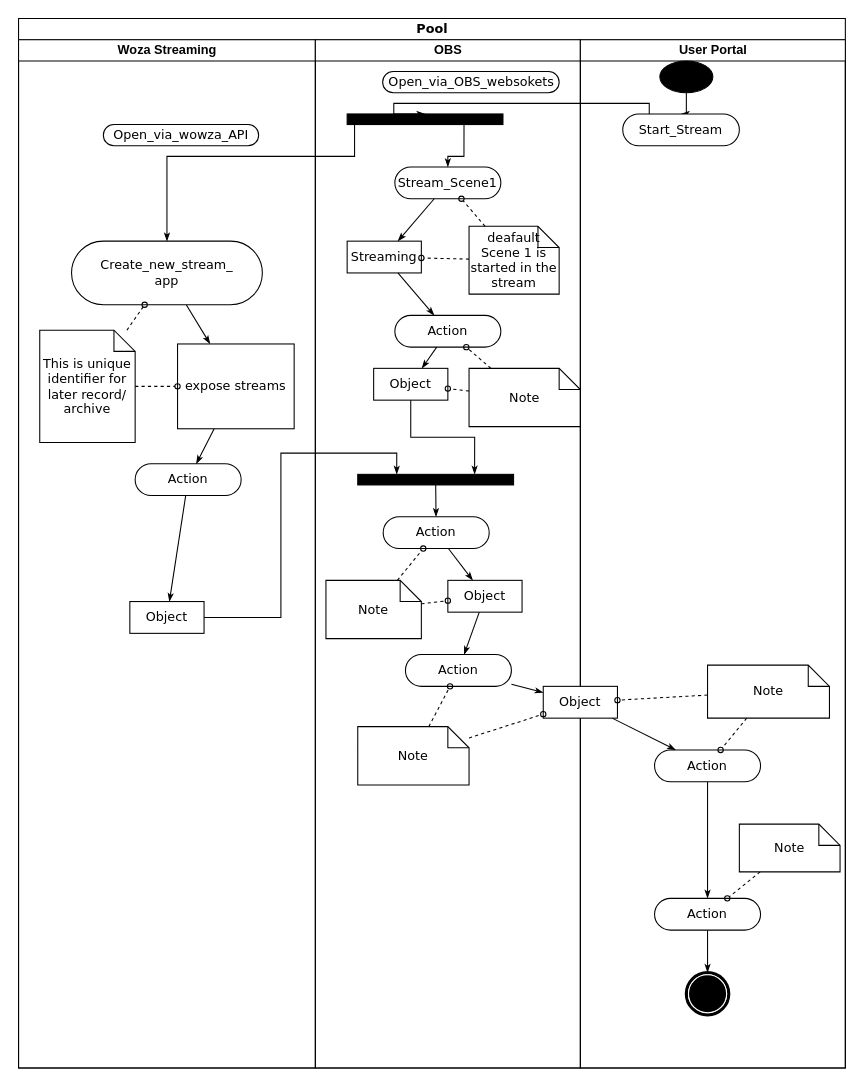
Above: Diagramă fără titlu.drawio in bugaian/draw (draw.io), before the change. Source tidied: cells renumbered, new cells numbered last; positions are measured from the earlier drawing's top-left corner, leaving out a move shared by most shapes. Both pictures are drawn from the tidied source at 106%, with x=0, y=0 at pixel (18, 18).
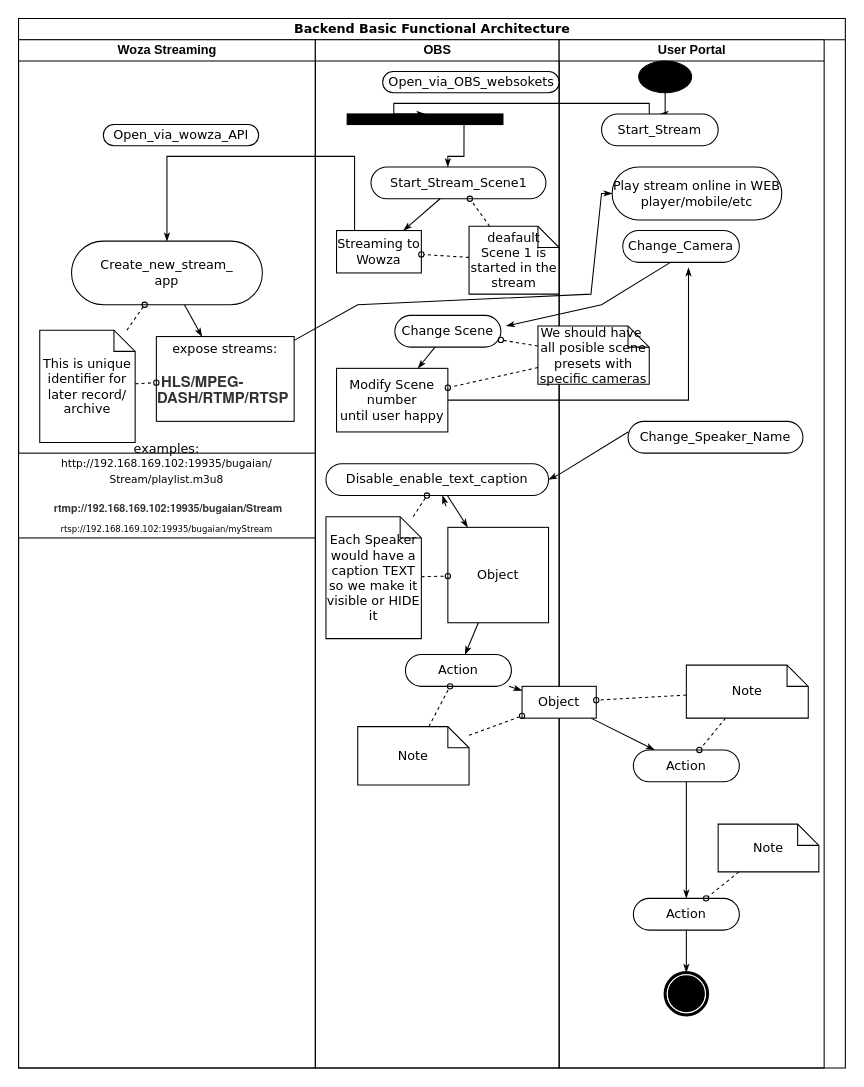
After the change.

Unchanged cells that the change refers to:
```xml
<mxCell id="3" value="Woza Streaming" style="swimlane;html=1;startSize=20;" parent="2" vertex="1">
  <mxGeometry y="20" width="280" height="970" as="geometry" />
</mxCell>
<mxCell id="5" value="Create_new_stream_&lt;br&gt;app" style="rounded=1;whiteSpace=wrap;html=1;shadow=0;comic=0;labelBackgroundColor=none;strokeWidth=1;fontFamily=Verdana;fontSize=12;align=center;arcSize=50;" parent="3" vertex="1">
  <mxGeometry x="50" y="190" width="180" height="60" as="geometry" />
</mxCell>
<mxCell id="16" style="whiteSpace=wrap;html=1;rounded=0;shadow=0;comic=0;labelBackgroundColor=none;strokeWidth=1;fillColor=#000000;fontFamily=Verdana;fontSize=12;align=center;rotation=0;" parent="15" vertex="1">
  <mxGeometry x="30" y="70" width="147" height="10" as="geometry" />
</mxCell>
```

Diff of the diagram source:
```diff
@@
-    <mxCell id="2" value="Pool" style="swimlane;html=1;startSize=20;rounded=0;shadow=0;comic=0;labelBackgroundColor=none;strokeWidth=1;fontFamily=Verdana;fontSize=12;align=center;" parent="1" vertex="1">
+    <mxCell id="2" value="Backend Basic Functional Architecture" style="swimlane;html=1;startSize=20;rounded=0;shadow=0;comic=0;labelBackgroundColor=none;strokeWidth=1;fontFamily=Verdana;fontSize=12;align=center;" parent="1" vertex="1">
       <mxGeometry width="780" height="990" as="geometry" />
     </mxCell>
@@
-    <mxCell id="6" value="Action" style="rounded=1;whiteSpace=wrap;html=1;shadow=0;comic=0;labelBackgroundColor=none;strokeWidth=1;fontFamily=Verdana;fontSize=12;align=center;arcSize=50;" parent="3" vertex="1">
-      <mxGeometry x="110" y="400" width="100" height="30" as="geometry" />
-    </mxCell>
-    <mxCell id="7" style="edgeStyle=none;rounded=0;html=1;labelBackgroundColor=none;startArrow=none;startFill=0;startSize=5;endArrow=classicThin;endFill=1;endSize=5;jettySize=auto;strokeWidth=1;fontFamily=Verdana;fontSize=12;" parent="3" edge="1" source="8" target="6">
-      <mxGeometry relative="1" as="geometry" />
-    </mxCell>
-    <mxCell id="8" value="expose streams&lt;br&gt;" style="rounded=0;whiteSpace=wrap;html=1;shadow=0;comic=0;labelBackgroundColor=none;strokeWidth=1;fontFamily=Verdana;fontSize=12;align=center;arcSize=50;" parent="3" vertex="1">
-      <mxGeometry x="150" y="287" width="110" height="80" as="geometry" />
+    <mxCell id="8" value="&lt;br&gt;&lt;br&gt;&lt;br&gt;&lt;br&gt;expose streams:&lt;br&gt;&lt;h5 style=&quot;box-sizing: border-box; font-family: &amp;quot;Helvetica Neue&amp;quot;, Helvetica, Arial, sans-serif; line-height: 1.1; color: rgb(51, 51, 51); margin-top: 15px; margin-bottom: 10px; font-size: 14px; text-align: start;&quot;&gt;&amp;nbsp;HLS/MPEG-DASH/RTMP/RTSP&lt;/h5&gt;&lt;div&gt;&lt;br&gt;&lt;/div&gt;&lt;div&gt;&lt;br&gt;&lt;/div&gt;&lt;div&gt;&lt;br&gt;&lt;/div&gt;&lt;div&gt;&lt;br&gt;&lt;/div&gt;" style="rounded=0;whiteSpace=wrap;html=1;shadow=0;comic=0;labelBackgroundColor=none;strokeWidth=1;fontFamily=Verdana;fontSize=12;align=center;arcSize=50;" parent="3" vertex="1">
+      <mxGeometry x="130" y="280" width="130" height="80" as="geometry" />
     </mxCell>
@@
-    <mxCell id="13" value="Object" style="rounded=0;whiteSpace=wrap;html=1;shadow=0;comic=0;labelBackgroundColor=none;strokeWidth=1;fontFamily=Verdana;fontSize=12;align=center;arcSize=50;" parent="3" vertex="1">
-      <mxGeometry x="105" y="530" width="70" height="30" as="geometry" />
-    </mxCell>
-    <mxCell id="14" style="edgeStyle=none;rounded=0;html=1;labelBackgroundColor=none;startArrow=none;startFill=0;startSize=5;endArrow=classicThin;endFill=1;endSize=5;jettySize=auto;strokeWidth=1;fontFamily=Verdana;fontSize=12;" parent="3" edge="1" source="6" target="13">
-      <mxGeometry relative="1" as="geometry" />
-    </mxCell>
+    <mxCell id="66" value="&lt;br&gt;&lt;br&gt;&lt;br&gt;examples:&lt;br&gt;&lt;font style=&quot;font-size: 10px;&quot;&gt;http://192.168.169.102:19935/bugaian/&lt;br&gt;Stream/playlist.m3u8&lt;br&gt;&lt;/font&gt;&lt;h5 style=&quot;box-sizing: border-box; font-family: &amp;quot;Helvetica Neue&amp;quot;, Helvetica, Arial, sans-serif; line-height: 1.1; color: rgb(51, 51, 51); margin-top: 15px; margin-bottom: 10px; text-align: start; font-size: 10px;&quot;&gt;&amp;nbsp;rtmp://192.168.169.102:19935/bugaian/Stream&lt;/h5&gt;&lt;div style=&quot;font-size: 8px;&quot;&gt;rtsp://192.168.169.102:19935/bugaian/myStream&lt;br&gt;&lt;/div&gt;&lt;div&gt;&lt;br&gt;&lt;/div&gt;&lt;div&gt;&lt;br&gt;&lt;/div&gt;&lt;div&gt;&lt;br&gt;&lt;/div&gt;&lt;div&gt;&lt;br&gt;&lt;/div&gt;" style="rounded=0;whiteSpace=wrap;html=1;shadow=0;comic=0;labelBackgroundColor=none;strokeWidth=1;fontFamily=Verdana;fontSize=12;align=center;arcSize=50;" parent="3" vertex="1">
+      <mxGeometry y="390" width="280" height="80" as="geometry" />
+    </mxCell>
     <mxCell id="15" value="OBS" style="swimlane;html=1;startSize=20;" parent="2" vertex="1">
-      <mxGeometry x="280" y="20" width="250" height="970" as="geometry" />
+      <mxGeometry x="280" y="20" width="230" height="970" as="geometry" />
     </mxCell>
@@
-    <mxCell id="18" value="Action" style="rounded=1;whiteSpace=wrap;html=1;shadow=0;comic=0;labelBackgroundColor=none;strokeWidth=1;fontFamily=Verdana;fontSize=12;align=center;arcSize=50;" parent="15" vertex="1">
-      <mxGeometry x="64" y="450" width="100" height="30" as="geometry" />
+    <mxCell id="18" value="Disable_enable_text_caption" style="rounded=1;whiteSpace=wrap;html=1;shadow=0;comic=0;labelBackgroundColor=none;strokeWidth=1;fontFamily=Verdana;fontSize=12;align=center;arcSize=50;" parent="15" vertex="1">
+      <mxGeometry x="10" y="400" width="210" height="30" as="geometry" />
     </mxCell>
-    <mxCell id="19" style="edgeStyle=none;rounded=0;html=1;labelBackgroundColor=none;startArrow=none;startFill=0;startSize=5;endArrow=classicThin;endFill=1;endSize=5;jettySize=auto;strokeWidth=1;fontFamily=Verdana;fontSize=12;" parent="15" edge="1" source="20" target="18">
-      <mxGeometry relative="1" as="geometry" />
+    <mxCell id="19" style="edgeStyle=none;rounded=0;html=1;labelBackgroundColor=none;startArrow=none;startFill=0;startSize=5;endArrow=classicThin;endFill=1;endSize=5;jettySize=auto;strokeWidth=1;fontFamily=Verdana;fontSize=12;" parent="15" edge="1" target="18">
+      <mxGeometry relative="1" as="geometry">
+        <mxPoint x="123.2" y="440" as="sourcePoint" />
+      </mxGeometry>
     </mxCell>
-    <mxCell id="20" style="whiteSpace=wrap;html=1;rounded=0;shadow=0;comic=0;labelBackgroundColor=none;strokeWidth=1;fillColor=#000000;fontFamily=Verdana;fontSize=12;align=center;rotation=0;" parent="15" vertex="1">
-      <mxGeometry x="40" y="410" width="147" height="10" as="geometry" />
-    </mxCell>
@@
     <mxCell id="22" value="Object" style="rounded=0;whiteSpace=wrap;html=1;shadow=0;comic=0;labelBackgroundColor=none;strokeWidth=1;fontFamily=Verdana;fontSize=12;align=center;arcSize=50;" parent="15" vertex="1">
-      <mxGeometry x="125" y="510" width="70" height="30" as="geometry" />
+      <mxGeometry x="125" y="460" width="95" height="90" as="geometry" />
     </mxCell>
@@
-    <mxCell id="26" value="Note" style="shape=note;whiteSpace=wrap;html=1;rounded=0;shadow=0;comic=0;labelBackgroundColor=none;strokeWidth=1;fontFamily=Verdana;fontSize=12;align=center;size=20;" parent="15" vertex="1">
-      <mxGeometry x="10" y="510" width="90" height="55" as="geometry" />
+    <mxCell id="26" value="Each Speaker would have a caption TEXT&lt;br&gt;so we make it visible or HIDE it" style="shape=note;whiteSpace=wrap;html=1;rounded=0;shadow=0;comic=0;labelBackgroundColor=none;strokeWidth=1;fontFamily=Verdana;fontSize=12;align=center;size=20;" parent="15" vertex="1">
+      <mxGeometry x="10" y="450" width="90" height="115" as="geometry" />
     </mxCell>
@@
-    <mxCell id="29" value="Stream_Scene1" style="rounded=1;whiteSpace=wrap;html=1;shadow=0;comic=0;labelBackgroundColor=none;strokeWidth=1;fontFamily=Verdana;fontSize=12;align=center;arcSize=50;" parent="15" vertex="1">
-      <mxGeometry x="75" y="120" width="100" height="30" as="geometry" />
+    <mxCell id="29" value="Start_Stream_Scene1" style="rounded=1;whiteSpace=wrap;html=1;shadow=0;comic=0;labelBackgroundColor=none;strokeWidth=1;fontFamily=Verdana;fontSize=12;align=center;arcSize=50;" parent="15" vertex="1">
+      <mxGeometry x="52.5" y="120" width="165" height="30" as="geometry" />
     </mxCell>
@@
-    <mxCell id="31" value="Streaming" style="rounded=0;whiteSpace=wrap;html=1;shadow=0;comic=0;labelBackgroundColor=none;strokeWidth=1;fontFamily=Verdana;fontSize=12;align=center;arcSize=50;" parent="15" vertex="1">
-      <mxGeometry x="30" y="190" width="70" height="30" as="geometry" />
+    <mxCell id="31" value="Streaming to Wowza&lt;br&gt;" style="rounded=0;whiteSpace=wrap;html=1;shadow=0;comic=0;labelBackgroundColor=none;strokeWidth=1;fontFamily=Verdana;fontSize=12;align=center;arcSize=50;" parent="15" vertex="1">
+      <mxGeometry x="20" y="180" width="80" height="40" as="geometry" />
     </mxCell>
@@
-    <mxCell id="37" value="Action" style="rounded=1;whiteSpace=wrap;html=1;shadow=0;comic=0;labelBackgroundColor=none;strokeWidth=1;fontFamily=Verdana;fontSize=12;align=center;arcSize=50;" parent="15" vertex="1">
+    <mxCell id="37" value="Change Scene" style="rounded=1;whiteSpace=wrap;html=1;shadow=0;comic=0;labelBackgroundColor=none;strokeWidth=1;fontFamily=Verdana;fontSize=12;align=center;arcSize=50;" parent="15" vertex="1">
       <mxGeometry x="75" y="260" width="100" height="30" as="geometry" />
     </mxCell>
-    <mxCell id="38" style="edgeStyle=none;rounded=0;html=1;labelBackgroundColor=none;startArrow=none;startFill=0;startSize=5;endArrow=classicThin;endFill=1;endSize=5;jettySize=auto;strokeWidth=1;fontFamily=Verdana;fontSize=12;" parent="15" edge="1" source="31" target="37">
-      <mxGeometry relative="1" as="geometry" />
-    </mxCell>
-    <mxCell id="39" value="Object" style="rounded=0;whiteSpace=wrap;html=1;shadow=0;comic=0;labelBackgroundColor=none;strokeWidth=1;fontFamily=Verdana;fontSize=12;align=center;arcSize=50;" parent="15" vertex="1">
-      <mxGeometry x="55" y="310" width="70" height="30" as="geometry" />
+    <mxCell id="39" value="Modify Scene number&lt;br&gt;until user happy" style="rounded=0;whiteSpace=wrap;html=1;shadow=0;comic=0;labelBackgroundColor=none;strokeWidth=1;fontFamily=Verdana;fontSize=12;align=center;arcSize=50;" parent="15" vertex="1">
+      <mxGeometry x="20" y="310" width="105" height="60" as="geometry" />
     </mxCell>
-    <mxCell id="40" style="edgeStyle=orthogonalEdgeStyle;rounded=0;html=1;entryX=0.75;entryY=0;labelBackgroundColor=none;startArrow=none;startFill=0;startSize=5;endArrow=classicThin;endFill=1;endSize=5;jettySize=auto;strokeWidth=1;fontFamily=Verdana;fontSize=12;" parent="15" edge="1" source="39" target="20">
-      <mxGeometry relative="1" as="geometry" />
-    </mxCell>
@@
-    <mxCell id="42" value="Note" style="shape=note;whiteSpace=wrap;html=1;rounded=0;shadow=0;comic=0;labelBackgroundColor=none;strokeWidth=1;fontFamily=Verdana;fontSize=12;align=center;size=20;" parent="15" vertex="1">
-      <mxGeometry x="145" y="310" width="105" height="55" as="geometry" />
-    </mxCell>
-    <mxCell id="43" style="edgeStyle=none;rounded=0;html=1;dashed=1;labelBackgroundColor=none;startArrow=none;startFill=0;startSize=5;endArrow=oval;endFill=0;endSize=5;jettySize=auto;strokeWidth=1;fontFamily=Verdana;fontSize=12;" parent="15" edge="1" source="42" target="37">
-      <mxGeometry relative="1" as="geometry" />
-    </mxCell>
-    <mxCell id="44" style="edgeStyle=none;rounded=0;html=1;dashed=1;labelBackgroundColor=none;startArrow=none;startFill=0;startSize=5;endArrow=oval;endFill=0;endSize=5;jettySize=auto;strokeWidth=1;fontFamily=Verdana;fontSize=12;" parent="15" edge="1" source="42" target="39">
-      <mxGeometry relative="1" as="geometry" />
-    </mxCell>
     <mxCell id="45" value="User Portal" style="swimlane;html=1;startSize=20;" parent="2" vertex="1">
-      <mxGeometry x="530" y="20" width="250" height="970" as="geometry" />
+      <mxGeometry x="510" y="20" width="250" height="970" as="geometry" />
     </mxCell>
@@
+    <mxCell id="6" value="Play stream online in WEB player/mobile/etc" style="rounded=1;whiteSpace=wrap;html=1;shadow=0;comic=0;labelBackgroundColor=none;strokeWidth=1;fontFamily=Verdana;fontSize=12;align=center;arcSize=50;" parent="45" vertex="1">
+      <mxGeometry x="50" y="120" width="160" height="50" as="geometry" />
+    </mxCell>
+    <mxCell id="67" value="Change_Camera&lt;br&gt;" style="rounded=1;whiteSpace=wrap;html=1;shadow=0;comic=0;labelBackgroundColor=none;strokeWidth=1;fontFamily=Verdana;fontSize=12;align=center;arcSize=50;" parent="45" vertex="1">
+      <mxGeometry x="60" y="180" width="110" height="30" as="geometry" />
+    </mxCell>
+    <mxCell id="68" style="rounded=0;html=1;labelBackgroundColor=none;startArrow=none;startFill=0;startSize=5;endArrow=classicThin;endFill=1;endSize=5;jettySize=auto;orthogonalLoop=1;strokeWidth=1;fontFamily=Verdana;fontSize=12;" parent="45" edge="1">
+      <mxGeometry relative="1" as="geometry">
+        <mxPoint x="105" y="210" as="sourcePoint" />
+        <mxPoint x="-50" y="270" as="targetPoint" />
+        <Array as="points">
+          <mxPoint x="40" y="250" />
+        </Array>
+      </mxGeometry>
+    </mxCell>
+    <mxCell id="42" value="We should have&amp;nbsp;&lt;br&gt;all posible scene presets with specific cameras" style="shape=note;whiteSpace=wrap;html=1;rounded=0;shadow=0;comic=0;labelBackgroundColor=none;strokeWidth=1;fontFamily=Verdana;fontSize=12;align=center;size=20;" parent="45" vertex="1">
+      <mxGeometry x="-20" y="270" width="105" height="55" as="geometry" />
+    </mxCell>
+    <mxCell id="69" value="Change_Speaker_Name" style="rounded=1;whiteSpace=wrap;html=1;shadow=0;comic=0;labelBackgroundColor=none;strokeWidth=1;fontFamily=Verdana;fontSize=12;align=center;arcSize=50;" parent="45" vertex="1">
+      <mxGeometry x="65" y="360" width="165" height="30" as="geometry" />
+    </mxCell>
+    <mxCell id="70" style="rounded=0;html=1;labelBackgroundColor=none;startArrow=none;startFill=0;startSize=5;endArrow=classicThin;endFill=1;endSize=5;jettySize=auto;strokeWidth=1;fontFamily=Verdana;fontSize=12;entryX=1;entryY=0.5;entryDx=0;entryDy=0;" parent="45" edge="1" target="18">
+      <mxGeometry relative="1" as="geometry">
+        <mxPoint x="65" y="370" as="sourcePoint" />
+        <Array as="points">
+          <mxPoint y="410" />
+        </Array>
+      </mxGeometry>
+    </mxCell>
@@
-    <mxCell id="62" style="edgeStyle=orthogonalEdgeStyle;rounded=0;html=1;exitX=0.25;exitY=1;entryX=0.5;entryY=0;labelBackgroundColor=none;startArrow=none;startFill=0;startSize=5;endArrow=classicThin;endFill=1;endSize=5;jettySize=auto;strokeWidth=1;fontFamily=Verdana;fontSize=12;" parent="2" edge="1" source="16" target="5">
+    <mxCell id="62" style="edgeStyle=orthogonalEdgeStyle;rounded=0;html=1;entryX=0.5;entryY=0;labelBackgroundColor=none;startArrow=none;startFill=0;startSize=5;endArrow=classicThin;endFill=1;endSize=5;jettySize=auto;strokeWidth=1;fontFamily=Verdana;fontSize=12;" parent="2" edge="1" target="5">
       <mxGeometry relative="1" as="geometry">
+        <mxPoint x="347" y="200" as="sourcePoint" />
         <Array as="points">
+          <mxPoint x="347" y="200" />
+          <mxPoint x="317" y="200" />
           <mxPoint x="317" y="130" />
           <mxPoint x="140" y="130" />
         </Array>
       </mxGeometry>
     </mxCell>
@@
-    <mxCell id="65" style="edgeStyle=orthogonalEdgeStyle;rounded=0;html=1;entryX=0.25;entryY=0;labelBackgroundColor=none;startArrow=none;startFill=0;startSize=5;endArrow=classicThin;endFill=1;endSize=5;jettySize=auto;strokeWidth=1;fontFamily=Verdana;fontSize=12;" parent="2" edge="1" source="13" target="20">
-      <mxGeometry relative="1" as="geometry" />
-    </mxCell>
+    <mxCell id="7" style="edgeStyle=none;rounded=0;html=1;labelBackgroundColor=none;startArrow=none;startFill=0;startSize=5;endArrow=classicThin;endFill=1;endSize=5;jettySize=auto;strokeWidth=1;fontFamily=Verdana;fontSize=12;" parent="2" edge="1" source="8" target="6">
+      <mxGeometry relative="1" as="geometry">
+        <Array as="points">
+          <mxPoint x="320" y="270" />
+          <mxPoint x="540" y="260" />
+          <mxPoint x="550" y="165" />
+        </Array>
+      </mxGeometry>
+    </mxCell>
+    <mxCell id="40" style="edgeStyle=orthogonalEdgeStyle;rounded=0;html=1;entryX=0.564;entryY=1.167;labelBackgroundColor=none;startArrow=none;startFill=0;startSize=5;endArrow=classicThin;endFill=1;endSize=5;jettySize=auto;strokeWidth=1;fontFamily=Verdana;fontSize=12;entryDx=0;entryDy=0;entryPerimeter=0;" parent="2" edge="1" source="39" target="67">
+      <mxGeometry relative="1" as="geometry" />
+    </mxCell>
+    <mxCell id="43" style="edgeStyle=none;rounded=0;html=1;dashed=1;labelBackgroundColor=none;startArrow=none;startFill=0;startSize=5;endArrow=oval;endFill=0;endSize=5;jettySize=auto;strokeWidth=1;fontFamily=Verdana;fontSize=12;" parent="2" edge="1" source="42" target="37">
+      <mxGeometry relative="1" as="geometry" />
+    </mxCell>
+    <mxCell id="44" style="edgeStyle=none;rounded=0;html=1;dashed=1;labelBackgroundColor=none;startArrow=none;startFill=0;startSize=5;endArrow=oval;endFill=0;endSize=5;jettySize=auto;strokeWidth=1;fontFamily=Verdana;fontSize=12;" parent="2" edge="1" source="42" target="39">
+      <mxGeometry relative="1" as="geometry" />
+    </mxCell>
```
